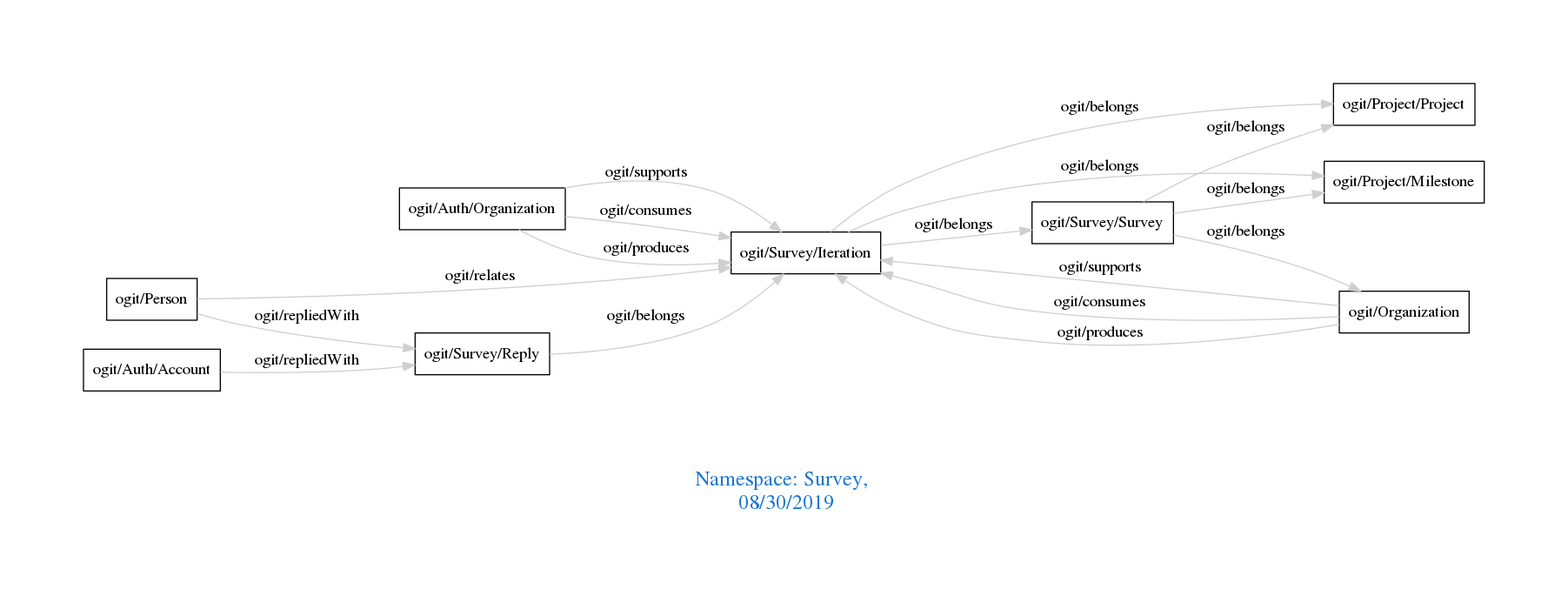
Earlier version of the Graphviz export downloads/Survey.png (arago/OGIT). Its source is kept beside it as downloads/Survey.dot.
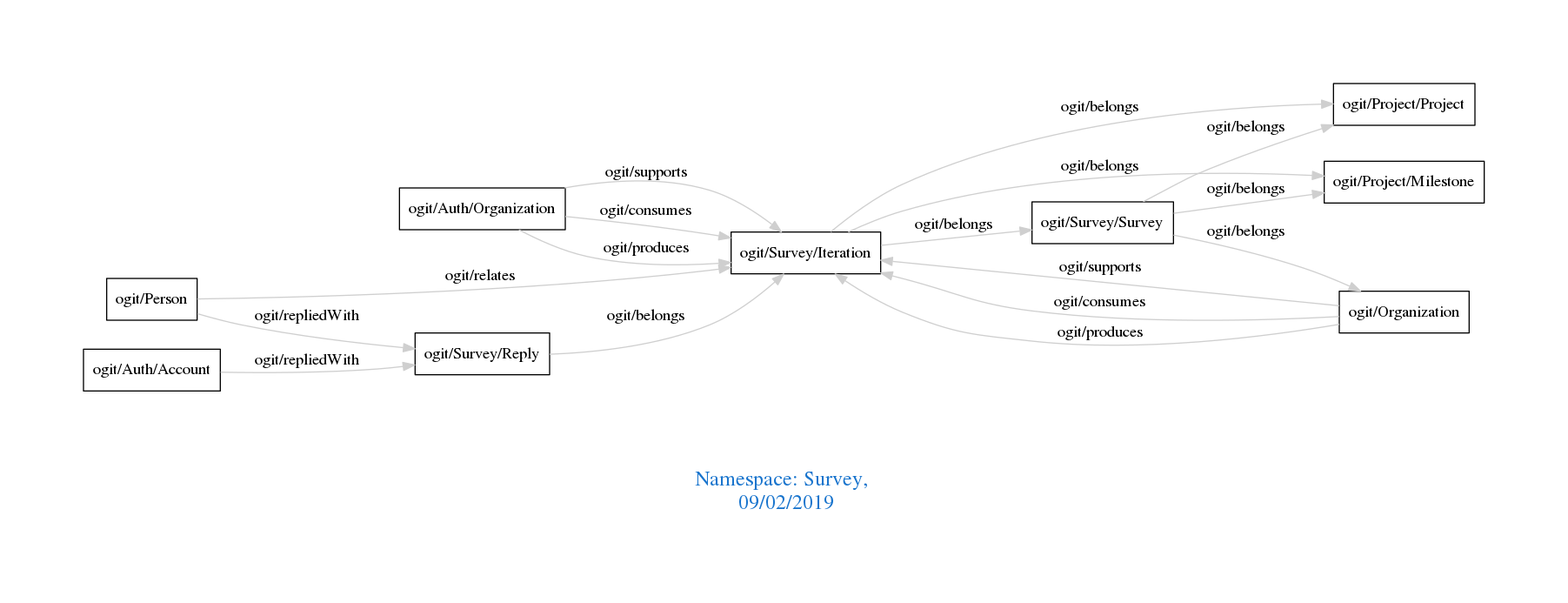
The same file after the commit.

Change to the diagram source:
```diff
@@ -1,7 +1,7 @@
 digraph OGIT_ontology {
  graph [ rankdir= LR,pad=1
 fontsize = 18,
-fontcolor= dodgerblue3,label = "\n\n\nNamespace: Survey, \n 08/30/2019"];
+fontcolor= dodgerblue3,label = "\n\n\nNamespace: Survey, \n 09/02/2019"];
 node[shape=polygon];
 edge [  color="gray81"];
 
```
